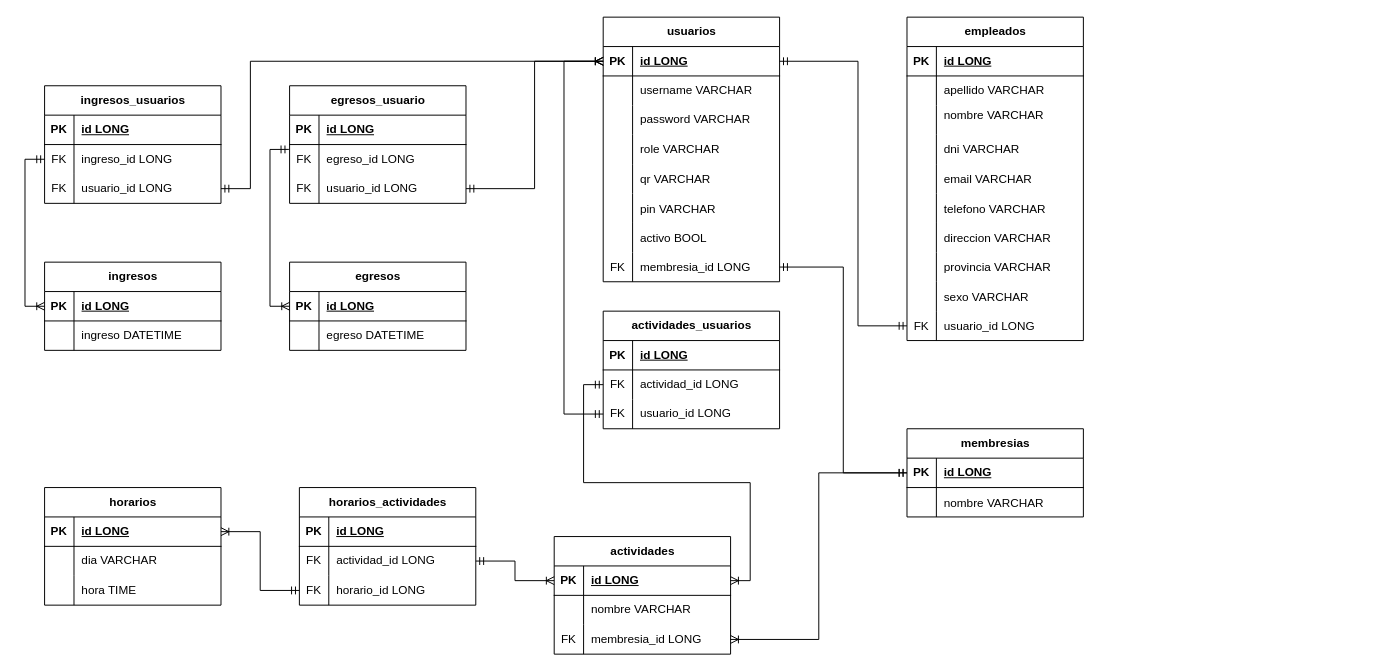
Before: modelo_relacional.drawio in AguilarDev29/KAV_BACK, a draw.io diagram. Source tidied: cells renumbered, new cells numbered last; positions are measured from the earlier drawing's top-left corner, leaving out a move shared by most shapes. Both pictures are drawn from the tidied source at 98%, with x=0, y=0 at pixel (44, 17).
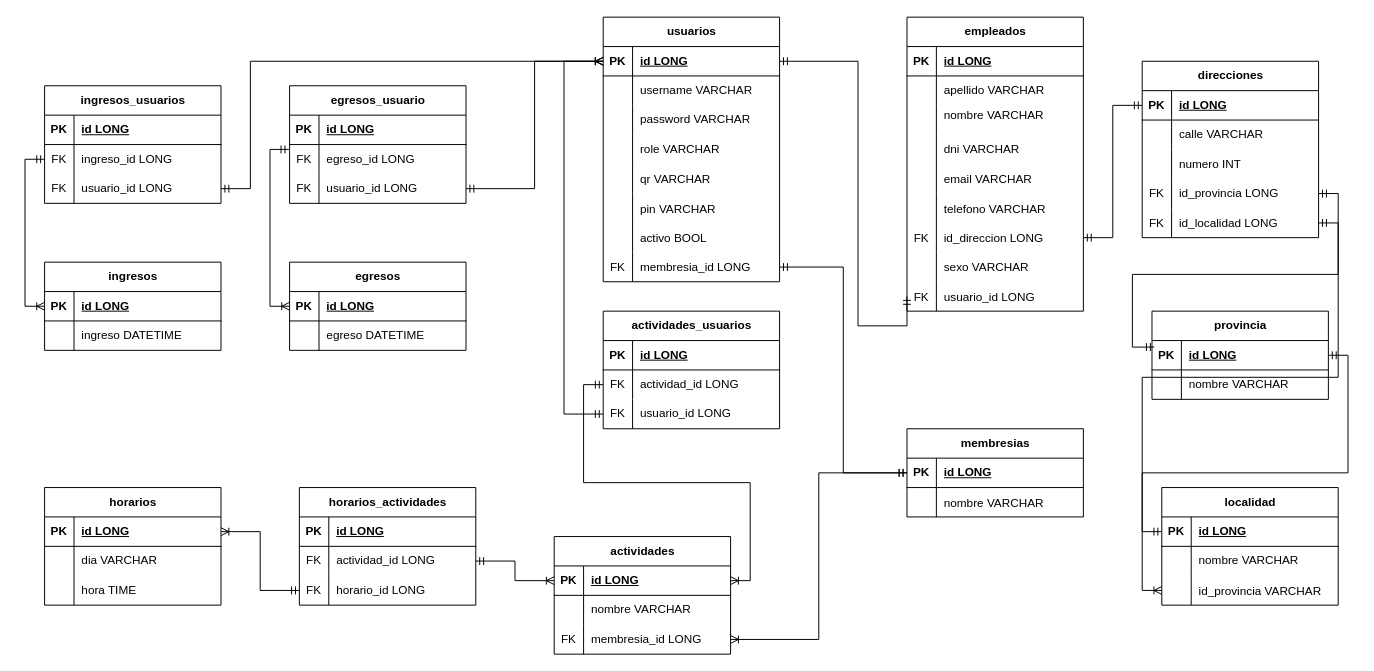
Above is the later version.

The change refers to these unchanged cells:
```xml
<mxCell id="21" style="shape=tableRow;horizontal=0;startSize=0;swimlaneHead=0;swimlaneBody=0;fillColor=none;points=[[0,0.5],[1,0.5]];portConstraint=eastwest;top=0;left=0;right=0;bottom=0;" parent="2" vertex="1">
  <mxGeometry y="210" width="180" height="30" as="geometry" />
</mxCell>
```

What changed in the source:
```diff
@@
     <mxCell id="2" value="empleados" style="shape=table;startSize=30;childLayout=tableLayout;rowLines=0;fontStyle=1;align=center;html=1;" parent="1" vertex="1">
-      <mxGeometry x="880" width="180" height="330" as="geometry" />
+      <mxGeometry x="880" width="180" height="300" as="geometry" />
     </mxCell>
@@
-    <mxCell id="22" style="shape=partialRectangle;fillColor=none;top=0;left=0;bottom=0;right=0;overflow=hidden;" parent="21" vertex="1">
+    <mxCell id="22" value="FK" style="shape=partialRectangle;fillColor=none;top=0;left=0;bottom=0;right=0;overflow=hidden;" parent="21" vertex="1">
       <mxGeometry width="30" height="30" as="geometry" />
     </mxCell>
-    <mxCell id="23" value="direccion VARCHAR" style="shape=partialRectangle;fillColor=none;top=0;left=0;bottom=0;right=0;align=left;spacingLeft=6;overflow=hidden;" parent="21" vertex="1">
+    <mxCell id="23" value="id_direccion LONG" style="shape=partialRectangle;fillColor=none;top=0;left=0;bottom=0;right=0;align=left;spacingLeft=6;overflow=hidden;" parent="21" vertex="1">
       <mxGeometry x="30" width="150" height="30" as="geometry" />
     </mxCell>
-    <mxCell id="24" style="shape=tableRow;horizontal=0;startSize=0;swimlaneHead=0;swimlaneBody=0;fillColor=none;top=0;left=0;right=0;bottom=0;" parent="2" vertex="1">
-      <mxGeometry y="240" width="180" height="30" as="geometry" />
-    </mxCell>
-    <mxCell id="25" style="shape=partialRectangle;fillColor=none;top=0;left=0;bottom=0;right=0;overflow=hidden;" parent="24" vertex="1">
-      <mxGeometry width="30" height="30" as="geometry" />
-    </mxCell>
-    <mxCell id="26" value="provincia VARCHAR" style="shape=partialRectangle;fillColor=none;top=0;left=0;bottom=0;right=0;align=left;spacingLeft=6;overflow=hidden;" parent="24" vertex="1">
-      <mxGeometry x="30" width="150" height="30" as="geometry" />
-    </mxCell>
     <mxCell id="27" style="shape=tableRow;horizontal=0;startSize=0;swimlaneHead=0;swimlaneBody=0;fillColor=none;top=0;left=0;right=0;bottom=0;" parent="2" vertex="1">
-      <mxGeometry y="270" width="180" height="30" as="geometry" />
+      <mxGeometry y="240" width="180" height="30" as="geometry" />
     </mxCell>
@@
     <mxCell id="30" style="shape=tableRow;horizontal=0;startSize=0;swimlaneHead=0;swimlaneBody=0;fillColor=none;points=[[0,0.5],[1,0.5]];portConstraint=eastwest;top=0;left=0;right=0;bottom=0;" parent="2" vertex="1">
-      <mxGeometry y="300" width="180" height="30" as="geometry" />
+      <mxGeometry y="270" width="180" height="30" as="geometry" />
     </mxCell>
@@
+    <mxCell id="150" value="provincia" style="shape=table;startSize=30;childLayout=tableLayout;rowLines=0;fontStyle=1;align=center;html=1;" parent="1" vertex="1">
+      <mxGeometry x="1130" y="300" width="180" height="90" as="geometry" />
+    </mxCell>
+    <mxCell id="151" style="shape=tableRow;horizontal=0;startSize=0;swimlaneHead=0;swimlaneBody=0;fillColor=none;points=[[0,0.5],[1,0.5]];portConstraint=eastwest;top=0;left=0;right=0;bottom=1;" parent="150" vertex="1">
+      <mxGeometry y="30" width="180" height="30" as="geometry" />
+    </mxCell>
+    <mxCell id="152" value="PK" style="shape=partialRectangle;fillColor=none;top=0;left=0;bottom=0;right=0;fontStyle=1;overflow=hidden;whiteSpace=wrap;html=1;" parent="151" vertex="1">
+      <mxGeometry width="30" height="30" as="geometry" />
+    </mxCell>
+    <mxCell id="153" value="id LONG" style="shape=partialRectangle;fillColor=none;top=0;left=0;bottom=0;right=0;align=left;spacingLeft=6;fontStyle=5;overflow=hidden;whiteSpace=wrap;html=1;" parent="151" vertex="1">
+      <mxGeometry x="30" width="150" height="30" as="geometry" />
+    </mxCell>
+    <mxCell id="154" style="shape=tableRow;horizontal=0;startSize=0;swimlaneHead=0;swimlaneBody=0;fillColor=none;top=0;left=0;right=0;bottom=0;" parent="150" vertex="1">
+      <mxGeometry y="60" width="180" height="30" as="geometry" />
+    </mxCell>
+    <mxCell id="155" style="shape=partialRectangle;fillColor=none;top=0;left=0;bottom=0;right=0;overflow=hidden;whiteSpace=wrap;html=1;" parent="154" vertex="1">
+      <mxGeometry width="30" height="30" as="geometry" />
+    </mxCell>
+    <mxCell id="156" value="nombre VARCHAR" style="shape=partialRectangle;fillColor=none;top=0;left=0;bottom=0;right=0;align=left;spacingLeft=6;overflow=hidden;whiteSpace=wrap;html=1;" parent="154" vertex="1">
+      <mxGeometry x="30" width="150" height="30" as="geometry" />
+    </mxCell>
+    <mxCell id="157" value="localidad" style="shape=table;startSize=30;childLayout=tableLayout;rowLines=0;fontStyle=1;align=center;html=1;" parent="1" vertex="1">
+      <mxGeometry x="1140" y="480" width="180" height="120" as="geometry" />
+    </mxCell>
+    <mxCell id="158" style="shape=tableRow;horizontal=0;startSize=0;swimlaneHead=0;swimlaneBody=0;fillColor=none;points=[[0,0.5],[1,0.5]];portConstraint=eastwest;top=0;left=0;right=0;bottom=1;" parent="157" vertex="1">
+      <mxGeometry y="30" width="180" height="30" as="geometry" />
+    </mxCell>
+    <mxCell id="159" value="PK" style="shape=partialRectangle;fillColor=none;top=0;left=0;bottom=0;right=0;fontStyle=1;overflow=hidden;whiteSpace=wrap;html=1;" parent="158" vertex="1">
+      <mxGeometry width="30" height="30" as="geometry" />
+    </mxCell>
+    <mxCell id="160" value="id LONG" style="shape=partialRectangle;fillColor=none;top=0;left=0;bottom=0;right=0;align=left;spacingLeft=6;fontStyle=5;overflow=hidden;whiteSpace=wrap;html=1;" parent="158" vertex="1">
+      <mxGeometry x="30" width="150" height="30" as="geometry" />
+    </mxCell>
+    <mxCell id="161" style="shape=tableRow;horizontal=0;startSize=0;swimlaneHead=0;swimlaneBody=0;fillColor=none;top=0;left=0;right=0;bottom=0;" parent="157" vertex="1">
+      <mxGeometry y="60" width="180" height="30" as="geometry" />
+    </mxCell>
+    <mxCell id="162" style="shape=partialRectangle;fillColor=none;top=0;left=0;bottom=0;right=0;overflow=hidden;whiteSpace=wrap;html=1;" parent="161" vertex="1">
+      <mxGeometry width="30" height="30" as="geometry" />
+    </mxCell>
+    <mxCell id="163" value="nombre VARCHAR" style="shape=partialRectangle;fillColor=none;top=0;left=0;bottom=0;right=0;align=left;spacingLeft=6;overflow=hidden;whiteSpace=wrap;html=1;" parent="161" vertex="1">
+      <mxGeometry x="30" width="150" height="30" as="geometry" />
+    </mxCell>
+    <mxCell id="164" style="shape=tableRow;horizontal=0;startSize=0;swimlaneHead=0;swimlaneBody=0;fillColor=none;points=[[0,0.5],[1,0.5]];portConstraint=eastwest;top=0;left=0;right=0;bottom=0;" parent="157" vertex="1">
+      <mxGeometry y="90" width="180" height="30" as="geometry" />
+    </mxCell>
+    <mxCell id="25" style="shape=partialRectangle;fillColor=none;top=0;left=0;bottom=0;right=0;overflow=hidden;" parent="164" vertex="1">
+      <mxGeometry width="30" height="30" as="geometry" />
+    </mxCell>
+    <mxCell id="165" value="id_provincia VARCHAR" style="shape=partialRectangle;fillColor=none;top=0;left=0;bottom=0;right=0;align=left;spacingLeft=6;overflow=hidden;" parent="164" vertex="1">
+      <mxGeometry x="30" width="150" height="30" as="geometry" />
+    </mxCell>
+    <mxCell id="166" style="edgeStyle=orthogonalEdgeStyle;rounded=0;jettySize=auto;html=1;entryX=1;entryY=0.5;entryDx=0;entryDy=0;startArrow=ERoneToMany;startFill=0;endArrow=ERmandOne;endFill=0;" parent="1" edge="1" source="164" target="151">
+      <mxGeometry relative="1" as="geometry" />
+    </mxCell>
+    <mxCell id="167" value="direcciones" style="shape=table;startSize=30;childLayout=tableLayout;rowLines=0;fontStyle=1;align=center;html=1;" parent="1" vertex="1">
+      <mxGeometry x="1120" y="45" width="180" height="180" as="geometry" />
+    </mxCell>
+    <mxCell id="168" style="shape=tableRow;horizontal=0;startSize=0;swimlaneHead=0;swimlaneBody=0;fillColor=none;points=[[0,0.5],[1,0.5]];portConstraint=eastwest;top=0;left=0;right=0;bottom=1;" parent="167" vertex="1">
+      <mxGeometry y="30" width="180" height="30" as="geometry" />
+    </mxCell>
+    <mxCell id="169" value="PK" style="shape=partialRectangle;fillColor=none;top=0;left=0;bottom=0;right=0;fontStyle=1;overflow=hidden;whiteSpace=wrap;html=1;" parent="168" vertex="1">
+      <mxGeometry width="30" height="30" as="geometry" />
+    </mxCell>
+    <mxCell id="170" value="id LONG" style="shape=partialRectangle;fillColor=none;top=0;left=0;bottom=0;right=0;align=left;spacingLeft=6;fontStyle=5;overflow=hidden;whiteSpace=wrap;html=1;" parent="168" vertex="1">
+      <mxGeometry x="30" width="150" height="30" as="geometry" />
+    </mxCell>
+    <mxCell id="171" style="shape=tableRow;horizontal=0;startSize=0;swimlaneHead=0;swimlaneBody=0;fillColor=none;top=0;left=0;right=0;bottom=0;" parent="167" vertex="1">
+      <mxGeometry y="60" width="180" height="30" as="geometry" />
+    </mxCell>
+    <mxCell id="172" style="shape=partialRectangle;fillColor=none;top=0;left=0;bottom=0;right=0;overflow=hidden;whiteSpace=wrap;html=1;" parent="171" vertex="1">
+      <mxGeometry width="30" height="30" as="geometry" />
+    </mxCell>
+    <mxCell id="173" value="calle VARCHAR" style="shape=partialRectangle;fillColor=none;top=0;left=0;bottom=0;right=0;align=left;spacingLeft=6;overflow=hidden;whiteSpace=wrap;html=1;" parent="171" vertex="1">
+      <mxGeometry x="30" width="150" height="30" as="geometry" />
+    </mxCell>
+    <mxCell id="174" style="shape=tableRow;horizontal=0;startSize=0;swimlaneHead=0;swimlaneBody=0;fillColor=none;top=0;left=0;right=0;bottom=0;" parent="167" vertex="1">
+      <mxGeometry y="90" width="180" height="30" as="geometry" />
+    </mxCell>
+    <mxCell id="175" style="shape=partialRectangle;fillColor=none;top=0;left=0;bottom=0;right=0;overflow=hidden;whiteSpace=wrap;html=1;" parent="174" vertex="1">
+      <mxGeometry width="30" height="30" as="geometry" />
+    </mxCell>
+    <mxCell id="176" value="numero INT" style="shape=partialRectangle;fillColor=none;top=0;left=0;bottom=0;right=0;align=left;spacingLeft=6;overflow=hidden;whiteSpace=wrap;html=1;" parent="174" vertex="1">
+      <mxGeometry x="30" width="150" height="30" as="geometry" />
+    </mxCell>
+    <mxCell id="177" style="shape=tableRow;horizontal=0;startSize=0;swimlaneHead=0;swimlaneBody=0;fillColor=none;points=[[0,0.5],[1,0.5]];portConstraint=eastwest;top=0;left=0;right=0;bottom=0;" parent="167" vertex="1">
+      <mxGeometry y="120" width="180" height="30" as="geometry" />
+    </mxCell>
+    <mxCell id="178" value="FK" style="shape=partialRectangle;fillColor=none;top=0;left=0;bottom=0;right=0;overflow=hidden;whiteSpace=wrap;html=1;" parent="177" vertex="1">
+      <mxGeometry width="30" height="30" as="geometry" />
+    </mxCell>
+    <mxCell id="179" value="id_provincia LONG" style="shape=partialRectangle;fillColor=none;top=0;left=0;bottom=0;right=0;align=left;spacingLeft=6;overflow=hidden;whiteSpace=wrap;html=1;" parent="177" vertex="1">
+      <mxGeometry x="30" width="150" height="30" as="geometry" />
+    </mxCell>
+    <mxCell id="180" style="shape=tableRow;horizontal=0;startSize=0;swimlaneHead=0;swimlaneBody=0;fillColor=none;points=[[0,0.5],[1,0.5]];portConstraint=eastwest;top=0;left=0;right=0;bottom=0;" parent="167" vertex="1">
+      <mxGeometry y="150" width="180" height="30" as="geometry" />
+    </mxCell>
+    <mxCell id="181" value="FK" style="shape=partialRectangle;fillColor=none;top=0;left=0;bottom=0;right=0;overflow=hidden;" parent="180" vertex="1">
+      <mxGeometry width="30" height="30" as="geometry" />
+    </mxCell>
+    <mxCell id="182" value="id_localidad LONG" style="shape=partialRectangle;fillColor=none;top=0;left=0;bottom=0;right=0;align=left;spacingLeft=6;overflow=hidden;" parent="180" vertex="1">
+      <mxGeometry x="30" width="150" height="30" as="geometry" />
+    </mxCell>
+    <mxCell id="183" style="edgeStyle=orthogonalEdgeStyle;rounded=0;jettySize=auto;html=1;entryX=0;entryY=0.5;entryDx=0;entryDy=0;startArrow=ERmandOne;startFill=0;endArrow=ERmandOne;endFill=0;" parent="1" edge="1" source="21" target="168">
+      <mxGeometry relative="1" as="geometry" />
+    </mxCell>
+    <mxCell id="184" style="edgeStyle=orthogonalEdgeStyle;rounded=0;jettySize=auto;html=1;entryX=0.013;entryY=0.222;entryDx=0;entryDy=0;entryPerimeter=0;startArrow=ERmandOne;startFill=0;endArrow=ERmandOne;endFill=0;" parent="1" edge="1" source="177" target="151">
+      <mxGeometry relative="1" as="geometry" />
+    </mxCell>
+    <mxCell id="185" style="edgeStyle=orthogonalEdgeStyle;rounded=0;jettySize=auto;html=1;startArrow=ERmandOne;startFill=0;endArrow=ERmandOne;endFill=0;" parent="1" edge="1" source="180" target="158">
+      <mxGeometry relative="1" as="geometry" />
+    </mxCell>
```
